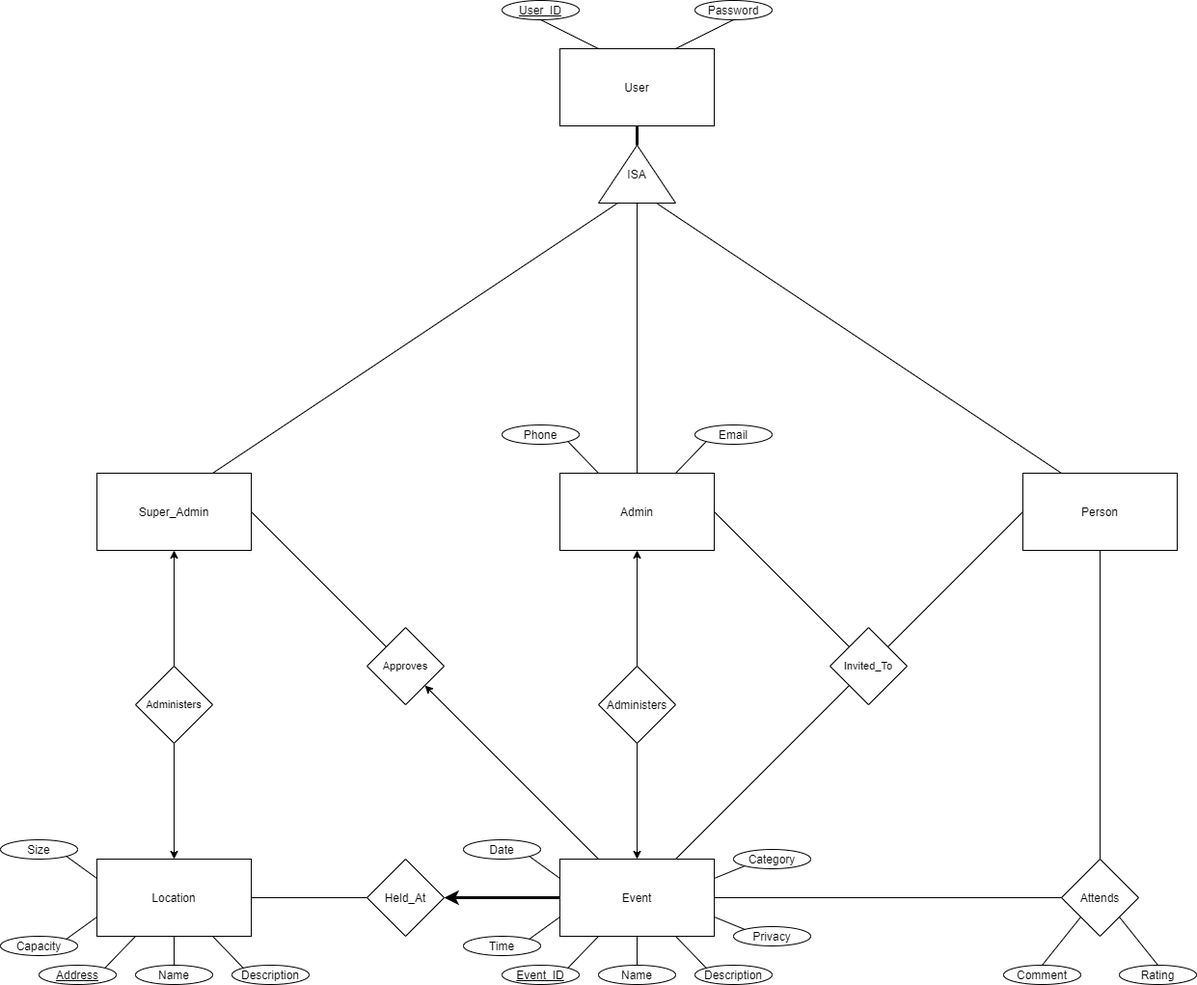
COP4710-2020-Group4/GroupProject keeps this draw.io diagram as database_structure/GroupProject_ERD.png. Above is the earlier version. Source tidied: cells renumbered, new cells last; positions are measured from the earlier drawing's top-left corner, leaving out a move shared by most shapes.
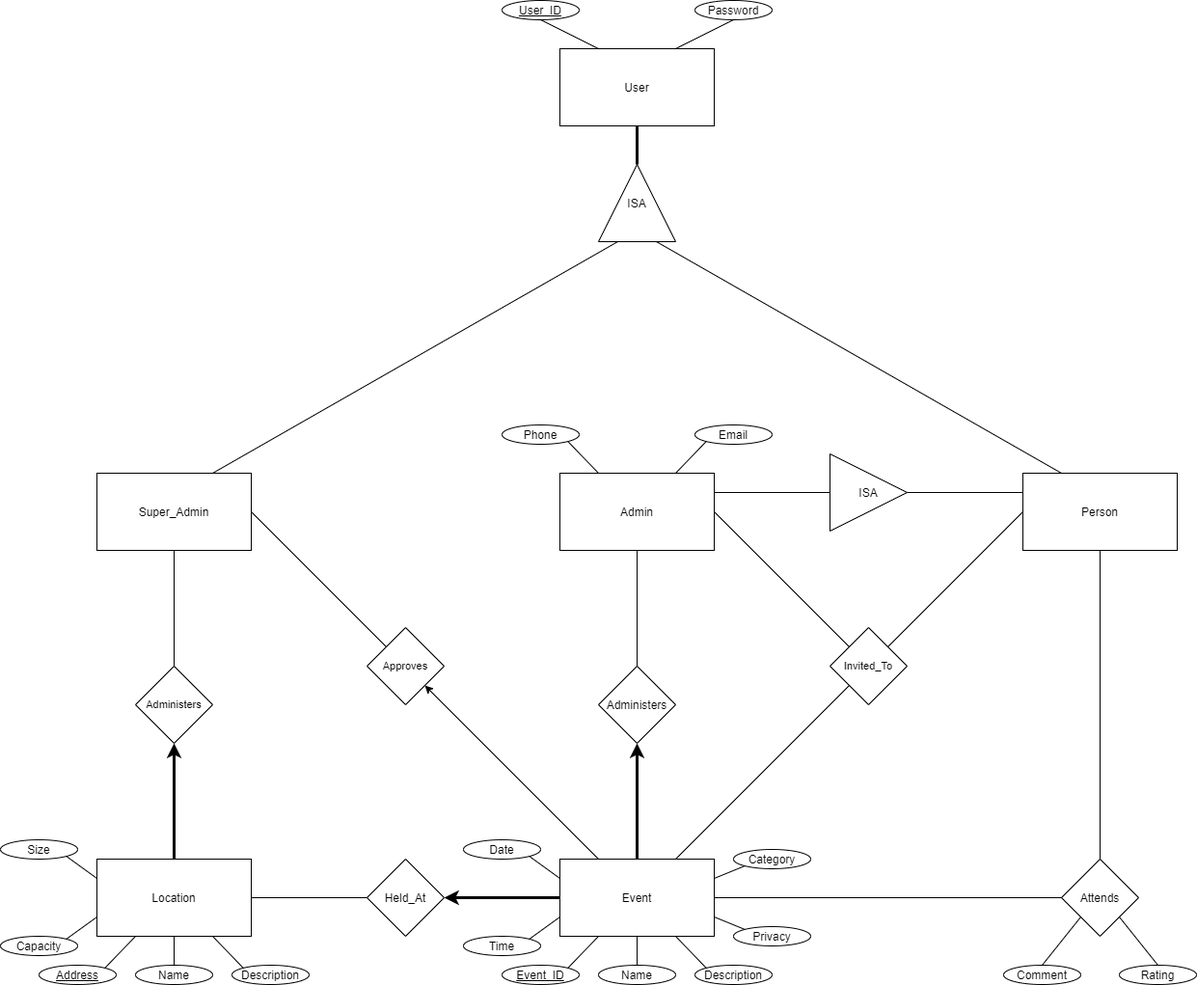
Later version of the same file.

Diff of the diagram source:
```diff
@@ -30,24 +30,21 @@
       <mxGeometry x="580" y="50" width="160" height="80" as="geometry" />
     </mxCell>
     <mxCell id="11" value="ISA" style="triangle;whiteSpace=wrap;html=1;direction=north;" parent="1" vertex="1">
-      <mxGeometry x="620" y="150" width="80" height="60" as="geometry" />
+      <mxGeometry x="620" y="170" width="80" height="80" as="geometry" />
     </mxCell>
     <mxCell id="12" style="endArrow=none;html=1;strokeWidth=3;entryX=0.5;entryY=1;entryDx=0;entryDy=0;exitX=1;exitY=0.5;exitDx=0;exitDy=0;" parent="1" edge="1" source="11" target="10">
       <mxGeometry relative="1" as="geometry" />
     </mxCell>
-    <mxCell id="13" style="endArrow=none;html=1;strokeWidth=1;entryX=0;entryY=0.5;entryDx=0;entryDy=0;exitX=0.5;exitY=0;exitDx=0;exitDy=0;" parent="1" edge="1" source="4" target="11">
-      <mxGeometry relative="1" as="geometry" />
-    </mxCell>
     <mxCell id="14" style="endArrow=none;html=1;strokeWidth=1;entryX=0;entryY=0.25;entryDx=0;entryDy=0;exitX=0.75;exitY=0;exitDx=0;exitDy=0;" parent="1" edge="1" source="5" target="11">
       <mxGeometry relative="1" as="geometry" />
     </mxCell>
     <mxCell id="15" style="endArrow=none;html=1;strokeWidth=1;entryX=0;entryY=0.75;entryDx=0;entryDy=0;exitX=0.25;exitY=0;exitDx=0;exitDy=0;" parent="1" edge="1" source="6" target="11">
       <mxGeometry relative="1" as="geometry" />
     </mxCell>
-    <mxCell id="16" style="endArrow=none;html=1;strokeWidth=1;entryX=0.5;entryY=0;entryDx=0;entryDy=0;exitX=0.5;exitY=1;exitDx=0;exitDy=0;startArrow=classic;startFill=1;" parent="1" edge="1" source="4" target="8">
+    <mxCell id="16" style="endArrow=none;html=1;strokeWidth=1;entryX=0.5;entryY=0;entryDx=0;entryDy=0;exitX=0.5;exitY=1;exitDx=0;exitDy=0;startArrow=none;startFill=0;" parent="1" edge="1" source="4" target="8">
       <mxGeometry relative="1" as="geometry" />
     </mxCell>
-    <mxCell id="17" style="endArrow=none;html=1;strokeWidth=1;entryX=0.5;entryY=1;entryDx=0;entryDy=0;exitX=0.5;exitY=0;exitDx=0;exitDy=0;endFill=0;startArrow=classic;startFill=1;" parent="1" edge="1" source="2" target="8">
+    <mxCell id="17" style="endArrow=classic;html=1;strokeWidth=3;entryX=0.5;entryY=1;entryDx=0;entryDy=0;exitX=0.5;exitY=0;exitDx=0;exitDy=0;endFill=1;startArrow=none;startFill=0;" parent="1" edge="1" source="2" target="8">
       <mxGeometry relative="1" as="geometry" />
     </mxCell>
     <mxCell id="18" style="endArrow=none;html=1;strokeWidth=1;entryX=0.5;entryY=1;entryDx=0;entryDy=0;exitX=0.5;exitY=0;exitDx=0;exitDy=0;" parent="1" edge="1" source="9" target="6">
@@ -77,10 +74,10 @@
     <mxCell id="26" value="Administers" style="rhombus;whiteSpace=wrap;html=1;fontSize=11;" parent="1" vertex="1">
       <mxGeometry x="140" y="690" width="80" height="80" as="geometry" />
     </mxCell>
-    <mxCell id="27" style="endArrow=classic;html=1;strokeWidth=1;fontSize=11;entryX=0.5;entryY=1;entryDx=0;entryDy=0;exitX=0.5;exitY=0;exitDx=0;exitDy=0;" parent="1" edge="1" source="26" target="5">
+    <mxCell id="27" style="endArrow=none;html=1;strokeWidth=1;fontSize=11;entryX=0.5;entryY=1;entryDx=0;entryDy=0;exitX=0.5;exitY=0;exitDx=0;exitDy=0;endFill=0;" parent="1" edge="1" source="26" target="5">
       <mxGeometry relative="1" as="geometry" />
     </mxCell>
-    <mxCell id="28" style="endArrow=classic;html=1;strokeWidth=1;fontSize=11;entryX=0.5;entryY=0;entryDx=0;entryDy=0;exitX=0.5;exitY=1;exitDx=0;exitDy=0;" parent="1" edge="1" source="26" target="3">
+    <mxCell id="28" style="endArrow=none;html=1;strokeWidth=3;fontSize=11;entryX=0.5;entryY=0;entryDx=0;entryDy=0;exitX=0.5;exitY=1;exitDx=0;exitDy=0;startArrow=classic;startFill=1;endFill=0;" parent="1" edge="1" source="26" target="3">
       <mxGeometry relative="1" as="geometry" />
     </mxCell>
     <mxCell id="29" value="Rating" style="ellipse;whiteSpace=wrap;html=1;fontStyle=0;" parent="1" vertex="1">
@@ -200,5 +197,18 @@
     <mxCell id="67" style="endArrow=none;html=1;strokeWidth=1;fontSize=11;entryX=1;entryY=1;entryDx=0;entryDy=0;exitX=0;exitY=0.25;exitDx=0;exitDy=0;" parent="1" edge="1" source="3" target="66">
       <mxGeometry relative="1" as="geometry" />
     </mxCell>
+    <mxCell id="68" value="ISA" style="triangle;whiteSpace=wrap;html=1;" parent="1" vertex="1">
+      <mxGeometry x="860" y="470" width="80" height="80" as="geometry" />
+    </mxCell>
+    <mxCell id="69" style="endArrow=none;html=1;strokeWidth=1;entryX=0;entryY=0.5;entryDx=0;entryDy=0;exitX=1;exitY=0.5;exitDx=0;exitDy=0;" parent="1" edge="1" source="68">
+      <mxGeometry relative="1" as="geometry">
+        <mxPoint x="1060" y="510" as="targetPoint" />
+      </mxGeometry>
+    </mxCell>
+    <mxCell id="70" style="endArrow=none;html=1;strokeWidth=1;entryX=0;entryY=0.5;entryDx=0;entryDy=0;exitX=1;exitY=0.5;exitDx=0;exitDy=0;" parent="1" edge="1" target="68">
+      <mxGeometry relative="1" as="geometry">
+        <mxPoint x="740" y="510" as="sourcePoint" />
+      </mxGeometry>
+    </mxCell>
   </root>
 </mxGraphModel>
```
